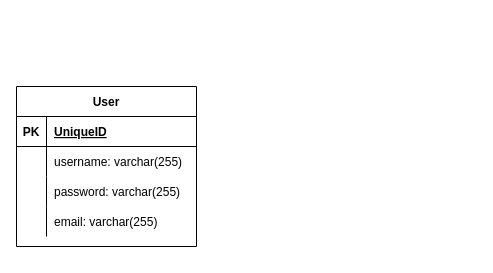
The draw.io diagram docs/diagramas/model.drawio in OscarVargas97/bsale-test, before the edit. Source tidied: cells renumbered, new cells numbered last; positions are measured from the earlier drawing's top-left corner, leaving out a move shared by most shapes. Both pictures are drawn from the tidied source at 100%, with x=0, y=0 at pixel (16, 86).
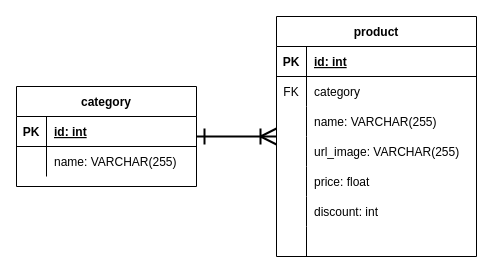
Above is the later version.

The change refers to these unchanged cells:
```xml
<mxCell id="3" style="shape=partialRectangle;fillColor=none;top=0;left=0;bottom=1;right=0;" parent="2" vertex="1">
  <mxGeometry y="30" width="180" height="30" as="geometry" />
</mxCell>
<mxCell id="6" style="shape=partialRectangle;fillColor=none;top=0;left=0;bottom=0;right=0;" parent="2" vertex="1">
  <mxGeometry y="60" width="180" height="30" as="geometry" />
</mxCell>
```

Diff of the diagram source:
```diff
@@
+    <mxCell id="15" style="edgeStyle=none;html=1;endArrow=ERoneToMany;endFill=0;startArrow=ERone;startFill=0;endSize=13;startSize=13;sourcePerimeterSpacing=0;strokeWidth=2;" parent="1" edge="1" source="2" target="16">
+      <mxGeometry relative="1" as="geometry" />
+    </mxCell>
-    <mxCell id="2" value="User" style="shape=table;startSize=30;childLayout=tableLayout;rowLines=0;fontStyle=1;align=center;" parent="1" vertex="1">
-      <mxGeometry width="180" height="160" as="geometry" />
+    <mxCell id="2" value="category" style="shape=table;startSize=30;childLayout=tableLayout;rowLines=0;fontStyle=1;align=center;" parent="1" vertex="1">
+      <mxGeometry width="180" height="100" as="geometry" />
     </mxCell>
@@
-    <mxCell id="5" value="UniqueID" style="shape=partialRectangle;fillColor=none;top=0;left=0;bottom=0;right=0;align=left;spacingLeft=6;fontStyle=5;overflow=hidden;" parent="3" vertex="1">
+    <mxCell id="5" value="id: int" style="shape=partialRectangle;fillColor=none;top=0;left=0;bottom=0;right=0;align=left;spacingLeft=6;fontStyle=5;overflow=hidden;" parent="3" vertex="1">
       <mxGeometry x="30" width="150" height="30" as="geometry" />
     </mxCell>
@@
-    <mxCell id="8" value="username: varchar(255)" style="shape=partialRectangle;fillColor=none;top=0;left=0;bottom=0;right=0;align=left;spacingLeft=6;overflow=hidden;" parent="6" vertex="1">
+    <mxCell id="8" value="name: VARCHAR(255)" style="shape=partialRectangle;fillColor=none;top=0;left=0;bottom=0;right=0;align=left;spacingLeft=6;overflow=hidden;" parent="6" vertex="1">
       <mxGeometry x="30" width="150" height="30" as="geometry" />
     </mxCell>
-    <mxCell id="9" style="shape=partialRectangle;fillColor=none;top=0;left=0;bottom=0;right=0;" parent="2" vertex="1">
-      <mxGeometry y="90" width="180" height="30" as="geometry" />
-    </mxCell>
-    <mxCell id="10" style="shape=partialRectangle;fillColor=none;top=0;left=0;bottom=0;right=0;overflow=hidden;" parent="9" vertex="1">
-      <mxGeometry width="30" height="30" as="geometry" />
-    </mxCell>
-    <mxCell id="11" value="password: varchar(255)" style="shape=partialRectangle;fillColor=none;top=0;left=0;bottom=0;right=0;align=left;spacingLeft=6;overflow=hidden;" parent="9" vertex="1">
-      <mxGeometry x="30" width="150" height="30" as="geometry" />
-    </mxCell>
-    <mxCell id="12" style="shape=partialRectangle;fillColor=none;top=0;left=0;bottom=0;right=0;" parent="2" vertex="1">
-      <mxGeometry y="120" width="180" height="30" as="geometry" />
-    </mxCell>
-    <mxCell id="13" style="shape=partialRectangle;fillColor=none;top=0;left=0;bottom=0;right=0;overflow=hidden;" parent="12" vertex="1">
-      <mxGeometry width="30" height="30" as="geometry" />
-    </mxCell>
-    <mxCell id="14" value="email: varchar(255)" style="shape=partialRectangle;fillColor=none;top=0;left=0;bottom=0;right=0;align=left;spacingLeft=6;overflow=hidden;" parent="12" vertex="1">
-      <mxGeometry x="30" width="150" height="30" as="geometry" />
-    </mxCell>
+    <mxCell id="16" value="product" style="shape=table;startSize=30;childLayout=tableLayout;rowLines=0;fontStyle=1;align=center;" parent="1" vertex="1">
+      <mxGeometry x="260" y="-70" width="200" height="240" as="geometry" />
+    </mxCell>
+    <mxCell id="17" style="shape=partialRectangle;fillColor=none;top=0;left=0;bottom=1;right=0;" parent="16" vertex="1">
+      <mxGeometry y="30" width="200" height="30" as="geometry" />
+    </mxCell>
+    <mxCell id="18" value="PK" style="shape=partialRectangle;fillColor=none;top=0;left=0;bottom=0;right=0;fontStyle=1;overflow=hidden;" parent="17" vertex="1">
+      <mxGeometry width="30" height="30" as="geometry" />
+    </mxCell>
+    <mxCell id="19" value="id: int" style="shape=partialRectangle;fillColor=none;top=0;left=0;bottom=0;right=0;align=left;spacingLeft=6;fontStyle=5;overflow=hidden;" parent="17" vertex="1">
+      <mxGeometry x="30" width="170" height="30" as="geometry" />
+    </mxCell>
+    <mxCell id="20" style="shape=partialRectangle;fillColor=none;top=0;left=0;bottom=0;right=0;" parent="16" vertex="1">
+      <mxGeometry y="60" width="200" height="30" as="geometry" />
+    </mxCell>
+    <mxCell id="21" value="FK" style="shape=partialRectangle;fillColor=none;top=0;left=0;bottom=0;right=0;overflow=hidden;" parent="20" vertex="1">
+      <mxGeometry width="30" height="30" as="geometry" />
+    </mxCell>
+    <mxCell id="22" value="category" style="shape=partialRectangle;fillColor=none;top=0;left=0;bottom=0;right=0;align=left;spacingLeft=6;overflow=hidden;" parent="20" vertex="1">
+      <mxGeometry x="30" width="170" height="30" as="geometry" />
+    </mxCell>
+    <mxCell id="23" style="shape=partialRectangle;fillColor=none;top=0;left=0;bottom=0;right=0;" parent="16" vertex="1">
+      <mxGeometry y="90" width="200" height="30" as="geometry" />
+    </mxCell>
+    <mxCell id="24" style="shape=partialRectangle;fillColor=none;top=0;left=0;bottom=0;right=0;overflow=hidden;" parent="23" vertex="1">
+      <mxGeometry width="30" height="30" as="geometry" />
+    </mxCell>
+    <mxCell id="25" value="name: VARCHAR(255)" style="shape=partialRectangle;fillColor=none;top=0;left=0;bottom=0;right=0;align=left;spacingLeft=6;overflow=hidden;" parent="23" vertex="1">
+      <mxGeometry x="30" width="170" height="30" as="geometry" />
+    </mxCell>
+    <mxCell id="26" style="shape=partialRectangle;fillColor=none;top=0;left=0;bottom=0;right=0;" parent="16" vertex="1">
+      <mxGeometry y="120" width="200" height="30" as="geometry" />
+    </mxCell>
+    <mxCell id="27" style="shape=partialRectangle;fillColor=none;top=0;left=0;bottom=0;right=0;overflow=hidden;" parent="26" vertex="1">
+      <mxGeometry width="30" height="30" as="geometry" />
+    </mxCell>
+    <mxCell id="28" value="url_image: VARCHAR(255)" style="shape=partialRectangle;fillColor=none;top=0;left=0;bottom=0;right=0;align=left;spacingLeft=6;overflow=hidden;" parent="26" vertex="1">
+      <mxGeometry x="30" width="170" height="30" as="geometry" />
+    </mxCell>
+    <mxCell id="29" style="shape=partialRectangle;fillColor=none;top=0;left=0;bottom=0;right=0;" parent="16" vertex="1">
+      <mxGeometry y="150" width="200" height="30" as="geometry" />
+    </mxCell>
+    <mxCell id="30" style="shape=partialRectangle;fillColor=none;top=0;left=0;bottom=0;right=0;overflow=hidden;" parent="29" vertex="1">
+      <mxGeometry width="30" height="30" as="geometry" />
+    </mxCell>
+    <mxCell id="31" value="price: float" style="shape=partialRectangle;fillColor=none;top=0;left=0;bottom=0;right=0;align=left;spacingLeft=6;overflow=hidden;" parent="29" vertex="1">
+      <mxGeometry x="30" width="170" height="30" as="geometry" />
+    </mxCell>
+    <mxCell id="32" style="shape=partialRectangle;fillColor=none;top=0;left=0;bottom=0;right=0;" parent="16" vertex="1">
+      <mxGeometry y="180" width="200" height="30" as="geometry" />
+    </mxCell>
+    <mxCell id="33" style="shape=partialRectangle;fillColor=none;top=0;left=0;bottom=0;right=0;overflow=hidden;" parent="32" vertex="1">
+      <mxGeometry width="30" height="30" as="geometry" />
+    </mxCell>
+    <mxCell id="34" value="discount: int" style="shape=partialRectangle;fillColor=none;top=0;left=0;bottom=0;right=0;align=left;spacingLeft=6;overflow=hidden;" parent="32" vertex="1">
+      <mxGeometry x="30" width="170" height="30" as="geometry" />
+    </mxCell>
+    <mxCell id="35" style="shape=partialRectangle;fillColor=none;top=0;left=0;bottom=0;right=0;" parent="16" vertex="1">
+      <mxGeometry y="210" width="200" height="30" as="geometry" />
+    </mxCell>
+    <mxCell id="36" style="shape=partialRectangle;fillColor=none;top=0;left=0;bottom=0;right=0;overflow=hidden;" parent="35" vertex="1">
+      <mxGeometry width="30" height="30" as="geometry" />
+    </mxCell>
+    <mxCell id="37" style="shape=partialRectangle;fillColor=none;top=0;left=0;bottom=0;right=0;align=left;spacingLeft=6;overflow=hidden;" parent="35" vertex="1">
+      <mxGeometry x="30" width="170" height="30" as="geometry" />
+    </mxCell>
```
